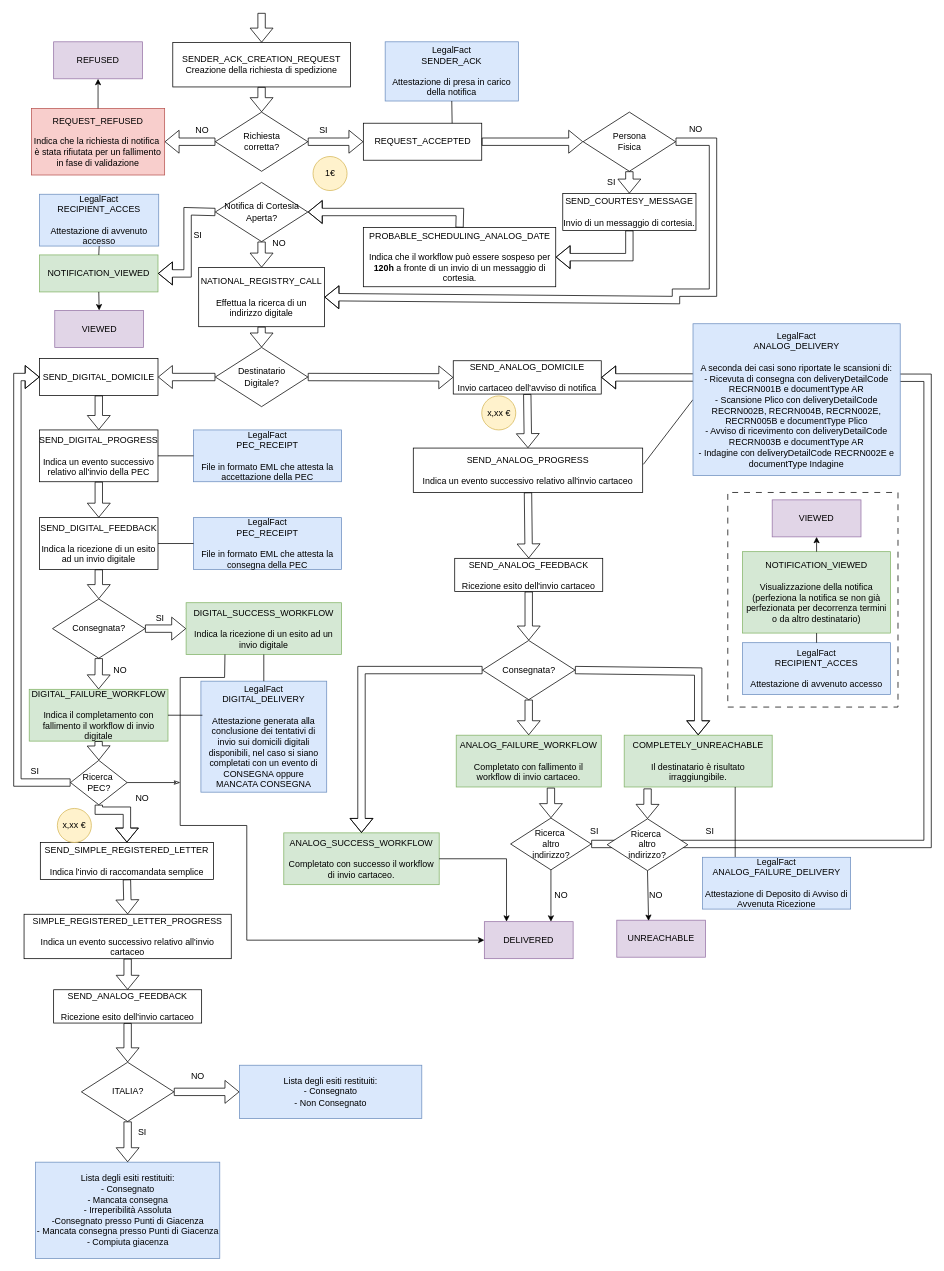
Above: page "Spedizione" (5 of 5) of Easy Notification.drawio in marcogarbujoabaco/drawio (draw.io), before the change. Source tidied: cells renumbered, new cells numbered last; positions are measured from the earlier drawing's top-left corner, leaving out a move shared by most shapes. Both pictures are drawn from the tidied source at 74%, with x=0, y=0 at pixel (13, 13).
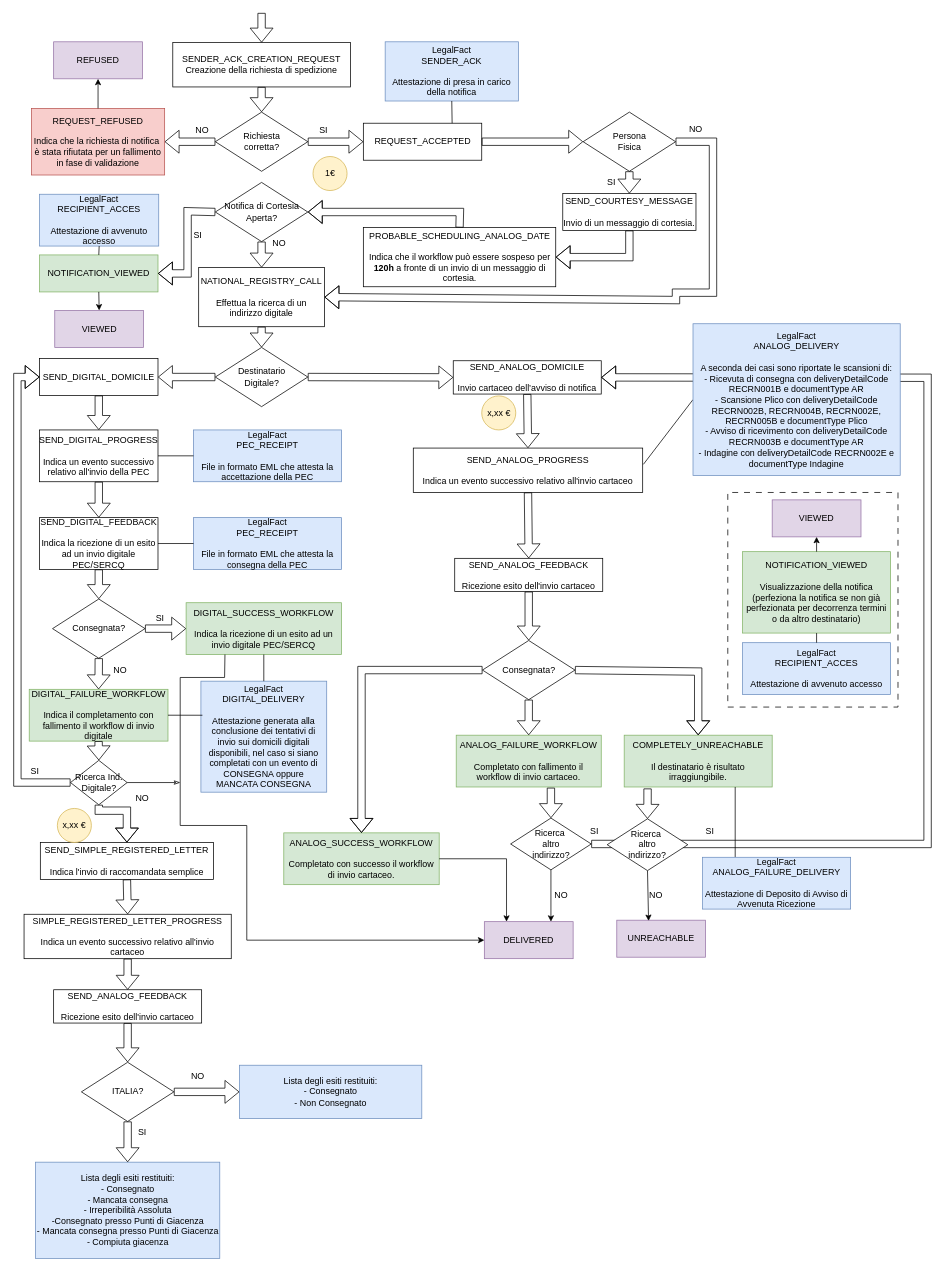
Above is the later version.

Change to the diagram source:
```diff
@@
-    <mxCell id="10" value="SEND_DIGITAL_FEEDBACK&lt;div&gt;&lt;br&gt;&lt;/div&gt;&lt;div&gt;Indica la ricezione di un esito ad un invio digitale&lt;/div&gt;" style="rounded=0;whiteSpace=wrap;html=1;" parent="1" vertex="1">
+    <mxCell id="10" value="SEND_DIGITAL_FEEDBACK&lt;div&gt;&lt;br&gt;&lt;/div&gt;&lt;div&gt;Indica la ricezione di un esito ad un invio digitale PEC/SERCQ&lt;/div&gt;" style="rounded=0;whiteSpace=wrap;html=1;" parent="1" vertex="1">
       <mxGeometry x="36" y="682" width="160" height="70" as="geometry" />
     </mxCell>
@@
-    <mxCell id="13" value="DIGITAL_SUCCESS_WORKFLOW&lt;div&gt;&lt;br&gt;&lt;/div&gt;&lt;div&gt;Indica la ricezione di un esito ad un invio digitale&lt;/div&gt;" style="rounded=0;whiteSpace=wrap;html=1;fillColor=#d5e8d4;strokeColor=#82b366;" parent="1" vertex="1">
+    <mxCell id="13" value="DIGITAL_SUCCESS_WORKFLOW&lt;div&gt;&lt;br&gt;&lt;/div&gt;&lt;div&gt;Indica la ricezione di un esito ad un invio digitale PEC/SERCQ&lt;/div&gt;" style="rounded=0;whiteSpace=wrap;html=1;fillColor=#d5e8d4;strokeColor=#82b366;" parent="1" vertex="1">
       <mxGeometry x="234" y="797" width="210" height="70" as="geometry" />
     </mxCell>
@@
-    <mxCell id="117" value="Ricerca&amp;nbsp;&lt;div&gt;PEC?&lt;/div&gt;" style="rhombus;whiteSpace=wrap;html=1;" parent="1" vertex="1">
+    <mxCell id="117" value="Ricerca Ind. Digitale&lt;span style=&quot;background-color: transparent; color: light-dark(rgb(0, 0, 0), rgb(255, 255, 255));&quot;&gt;?&lt;/span&gt;" style="rhombus;whiteSpace=wrap;html=1;" parent="1" vertex="1">
       <mxGeometry x="77.8" y="1010" width="76.5" height="60" as="geometry" />
     </mxCell>
```
